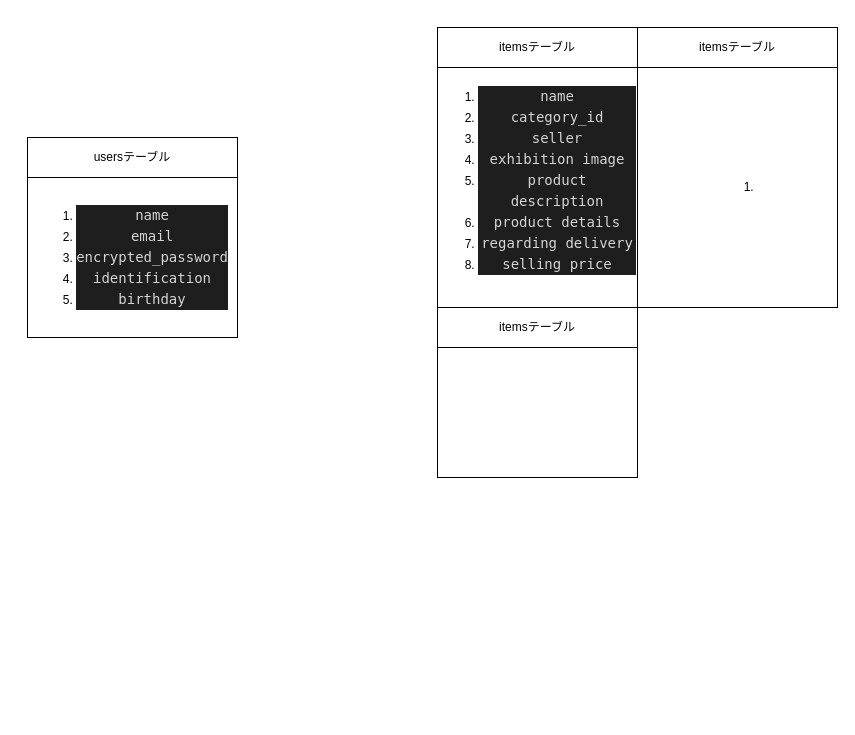
Above: test.dio in ma1sa007/furima-31981 (draw.io), before the change. Source tidied: cells renumbered, new cells numbered last; positions are measured from the earlier drawing's top-left corner, leaving out a move shared by most shapes. Both pictures are drawn from the tidied source at 100%, with x=0, y=0 at pixel (27, 27).
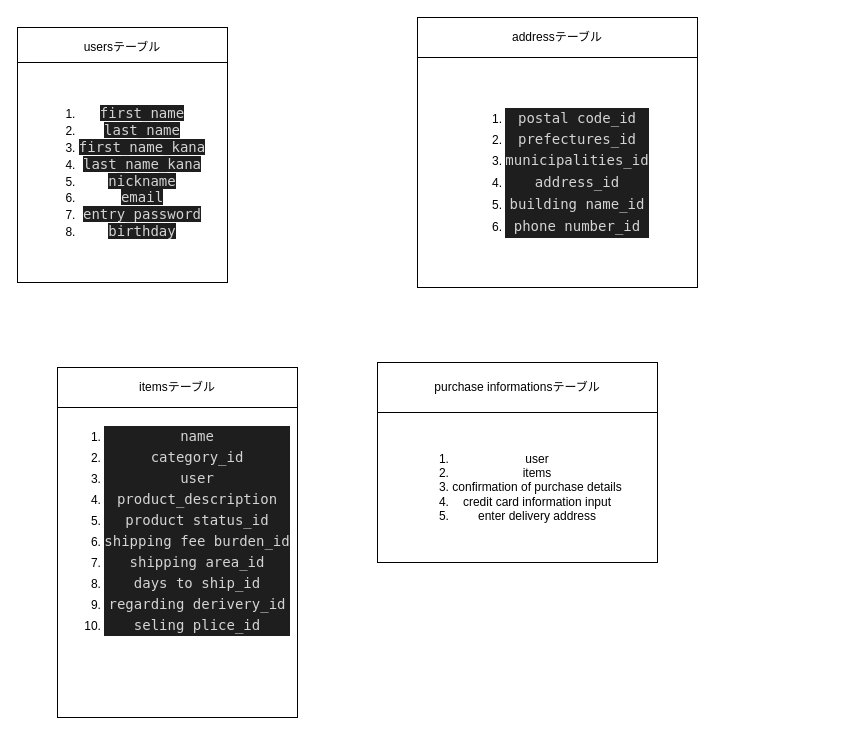
Above is the later version.

Diff of the diagram source:
```diff
@@
 <mxGraphModel>
   <root>
     <mxCell id="0" />
     <mxCell id="1" parent="0" />
+    <mxCell id="9" style="edgeStyle=orthogonalEdgeStyle;rounded=0;jettySize=auto;html=1;" parent="1" edge="1" source="2" target="3">
+      <mxGeometry relative="1" as="geometry" />
+    </mxCell>
     <mxCell id="2" value="usersテーブル" style="rounded=0;whiteSpace=wrap;html=1;sketch=0;" parent="1" vertex="1">
-      <mxGeometry y="110" width="210" height="40" as="geometry" />
+      <mxGeometry x="-10" width="210" height="40" as="geometry" />
     </mxCell>
-    <mxCell id="3" value="&lt;ol&gt;&lt;li&gt;&lt;div style=&quot;color: rgb(212 , 212 , 212) ; background-color: rgb(30 , 30 , 30) ; font-family: &amp;#34;ricty diminished&amp;#34; , &amp;#34;menlo&amp;#34; , &amp;#34;monaco&amp;#34; , &amp;#34;courier new&amp;#34; , monospace ; font-size: 14px ; line-height: 21px&quot;&gt;name&lt;/div&gt;&lt;/li&gt;&lt;li&gt;&lt;div style=&quot;color: rgb(212 , 212 , 212) ; background-color: rgb(30 , 30 , 30) ; font-family: &amp;#34;ricty diminished&amp;#34; , &amp;#34;menlo&amp;#34; , &amp;#34;monaco&amp;#34; , &amp;#34;courier new&amp;#34; , monospace ; font-size: 14px ; line-height: 21px&quot;&gt;email&lt;/div&gt;&lt;/li&gt;&lt;li&gt;&lt;div style=&quot;color: rgb(212 , 212 , 212) ; background-color: rgb(30 , 30 , 30) ; font-family: &amp;#34;ricty diminished&amp;#34; , &amp;#34;menlo&amp;#34; , &amp;#34;monaco&amp;#34; , &amp;#34;courier new&amp;#34; , monospace ; font-size: 14px ; line-height: 21px&quot;&gt;&lt;div style=&quot;line-height: 21px&quot;&gt;encrypted_password&lt;/div&gt;&lt;/div&gt;&lt;/li&gt;&lt;li&gt;&lt;div style=&quot;line-height: 21px&quot;&gt;&lt;div style=&quot;color: rgb(212 , 212 , 212) ; background-color: rgb(30 , 30 , 30) ; font-family: &amp;#34;ricty diminished&amp;#34; , &amp;#34;menlo&amp;#34; , &amp;#34;monaco&amp;#34; , &amp;#34;courier new&amp;#34; , monospace ; font-size: 14px ; line-height: 21px&quot;&gt;identification&lt;/div&gt;&lt;/div&gt;&lt;/li&gt;&lt;li&gt;&lt;div style=&quot;color: rgb(212 , 212 , 212) ; background-color: rgb(30 , 30 , 30) ; font-family: &amp;#34;ricty diminished&amp;#34; , &amp;#34;menlo&amp;#34; , &amp;#34;monaco&amp;#34; , &amp;#34;courier new&amp;#34; , monospace ; font-size: 14px ; line-height: 21px&quot;&gt;&lt;div style=&quot;line-height: 21px&quot;&gt;birthday &lt;/div&gt;&lt;/div&gt;&lt;/li&gt;&lt;/ol&gt;" style="rounded=0;whiteSpace=wrap;html=1;sketch=0;" parent="1" vertex="1">
-      <mxGeometry y="150" width="210" height="160" as="geometry" />
+    <mxCell id="3" value="&lt;ol&gt;&lt;li&gt;&lt;font color=&quot;#d4d4d4&quot; face=&quot;ricty diminished, menlo, monaco, courier new, monospace&quot;&gt;&lt;span style=&quot;font-size: 14px ; background-color: rgb(30 , 30 , 30)&quot;&gt;first_name&lt;/span&gt;&lt;/font&gt;&lt;/li&gt;&lt;li&gt;&lt;font color=&quot;#d4d4d4&quot; face=&quot;ricty diminished, menlo, monaco, courier new, monospace&quot;&gt;&lt;span style=&quot;font-size: 14px ; background-color: rgb(30 , 30 , 30)&quot;&gt;last_name&lt;/span&gt;&lt;/font&gt;&lt;/li&gt;&lt;li&gt;&lt;font color=&quot;#d4d4d4&quot; face=&quot;ricty diminished, menlo, monaco, courier new, monospace&quot;&gt;&lt;span style=&quot;font-size: 14px ; background-color: rgb(30 , 30 , 30)&quot;&gt;first_name_kana&lt;/span&gt;&lt;/font&gt;&lt;/li&gt;&lt;li&gt;&lt;font color=&quot;#d4d4d4&quot; face=&quot;ricty diminished, menlo, monaco, courier new, monospace&quot;&gt;&lt;span style=&quot;font-size: 14px ; background-color: rgb(30 , 30 , 30)&quot;&gt;last_name_kana&lt;/span&gt;&lt;/font&gt;&lt;/li&gt;&lt;li&gt;&lt;font color=&quot;#d4d4d4&quot; face=&quot;ricty diminished, menlo, monaco, courier new, monospace&quot;&gt;&lt;span style=&quot;font-size: 14px ; background-color: rgb(30 , 30 , 30)&quot;&gt;nickname&lt;/span&gt;&lt;/font&gt;&lt;/li&gt;&lt;li&gt;&lt;font color=&quot;#d4d4d4&quot; face=&quot;ricty diminished, menlo, monaco, courier new, monospace&quot;&gt;&lt;span style=&quot;font-size: 14px ; background-color: rgb(30 , 30 , 30)&quot;&gt;email&lt;/span&gt;&lt;/font&gt;&lt;/li&gt;&lt;li&gt;&lt;font color=&quot;#d4d4d4&quot; face=&quot;ricty diminished, menlo, monaco, courier new, monospace&quot;&gt;&lt;span style=&quot;font-size: 14px ; background-color: rgb(30 , 30 , 30)&quot;&gt;entry_password&lt;/span&gt;&lt;/font&gt;&lt;/li&gt;&lt;li&gt;&lt;font color=&quot;#d4d4d4&quot; face=&quot;ricty diminished, menlo, monaco, courier new, monospace&quot;&gt;&lt;span style=&quot;font-size: 14px ; background-color: rgb(30 , 30 , 30)&quot;&gt;birthday&lt;/span&gt;&lt;/font&gt;&lt;/li&gt;&lt;/ol&gt;" style="rounded=0;whiteSpace=wrap;html=1;sketch=0;" parent="1" vertex="1">
+      <mxGeometry x="-10" y="35" width="210" height="220" as="geometry" />
     </mxCell>
     <mxCell id="4" value="itemsテーブル" style="rounded=0;whiteSpace=wrap;html=1;sketch=0;" parent="1" vertex="1">
-      <mxGeometry x="410" width="200" height="40" as="geometry" />
+      <mxGeometry x="30" y="340" width="240" height="40" as="geometry" />
     </mxCell>
-    <mxCell id="5" value="&lt;ol&gt;&lt;li&gt;&lt;div style=&quot;color: rgb(212 , 212 , 212) ; background-color: rgb(30 , 30 , 30) ; font-family: &amp;#34;ricty diminished&amp;#34; , &amp;#34;menlo&amp;#34; , &amp;#34;monaco&amp;#34; , &amp;#34;courier new&amp;#34; , monospace ; font-size: 14px ; line-height: 21px&quot;&gt; name &lt;/div&gt;&lt;/li&gt;&lt;li&gt;&lt;div style=&quot;color: rgb(212 , 212 , 212) ; background-color: rgb(30 , 30 , 30) ; font-family: &amp;#34;ricty diminished&amp;#34; , &amp;#34;menlo&amp;#34; , &amp;#34;monaco&amp;#34; , &amp;#34;courier new&amp;#34; , monospace ; font-size: 14px ; line-height: 21px&quot;&gt;category_id &lt;/div&gt;&lt;/li&gt;&lt;li&gt;&lt;div style=&quot;color: rgb(212 , 212 , 212) ; background-color: rgb(30 , 30 , 30) ; font-family: &amp;#34;ricty diminished&amp;#34; , &amp;#34;menlo&amp;#34; , &amp;#34;monaco&amp;#34; , &amp;#34;courier new&amp;#34; , monospace ; font-size: 14px ; line-height: 21px&quot;&gt;&lt;div style=&quot;font-family: &amp;#34;ricty diminished&amp;#34; , &amp;#34;menlo&amp;#34; , &amp;#34;monaco&amp;#34; , &amp;#34;courier new&amp;#34; , monospace ; line-height: 21px&quot;&gt;seller&lt;/div&gt;&lt;/div&gt;&lt;/li&gt;&lt;li&gt;&lt;div style=&quot;font-family: &amp;#34;ricty diminished&amp;#34; , &amp;#34;menlo&amp;#34; , &amp;#34;monaco&amp;#34; , &amp;#34;courier new&amp;#34; , monospace ; line-height: 21px&quot;&gt;&lt;div style=&quot;color: rgb(212 , 212 , 212) ; background-color: rgb(30 , 30 , 30) ; font-size: 14px ; line-height: 21px&quot;&gt;exhibition image&lt;/div&gt;&lt;/div&gt;&lt;/li&gt;&lt;li&gt;&lt;div style=&quot;color: rgb(212 , 212 , 212) ; background-color: rgb(30 , 30 , 30) ; font-size: 14px ; line-height: 21px&quot;&gt;&lt;div style=&quot;font-family: &amp;#34;ricty diminished&amp;#34; , &amp;#34;menlo&amp;#34; , &amp;#34;monaco&amp;#34; , &amp;#34;courier new&amp;#34; , monospace ; line-height: 21px&quot;&gt;product description &lt;/div&gt;&lt;/div&gt;&lt;/li&gt;&lt;li&gt;&lt;div style=&quot;font-family: &amp;#34;ricty diminished&amp;#34; , &amp;#34;menlo&amp;#34; , &amp;#34;monaco&amp;#34; , &amp;#34;courier new&amp;#34; , monospace ; line-height: 21px&quot;&gt;&lt;div style=&quot;color: rgb(212 , 212 , 212) ; background-color: rgb(30 , 30 , 30) ; font-family: &amp;#34;ricty diminished&amp;#34; , &amp;#34;menlo&amp;#34; , &amp;#34;monaco&amp;#34; , &amp;#34;courier new&amp;#34; , monospace ; font-size: 14px ; line-height: 21px&quot;&gt;&lt;div style=&quot;line-height: 21px&quot;&gt;product details &lt;/div&gt;&lt;/div&gt;&lt;/div&gt;&lt;/li&gt;&lt;li&gt;&lt;div style=&quot;line-height: 21px&quot;&gt;&lt;div style=&quot;color: rgb(212 , 212 , 212) ; background-color: rgb(30 , 30 , 30) ; font-family: &amp;#34;ricty diminished&amp;#34; , &amp;#34;menlo&amp;#34; , &amp;#34;monaco&amp;#34; , &amp;#34;courier new&amp;#34; , monospace ; font-size: 14px ; line-height: 21px&quot;&gt;regarding delivery&lt;/div&gt;&lt;/div&gt;&lt;/li&gt;&lt;li&gt;&lt;div style=&quot;color: rgb(212 , 212 , 212) ; background-color: rgb(30 , 30 , 30) ; font-family: &amp;#34;ricty diminished&amp;#34; , &amp;#34;menlo&amp;#34; , &amp;#34;monaco&amp;#34; , &amp;#34;courier new&amp;#34; , monospace ; font-size: 14px ; line-height: 21px&quot;&gt;&lt;div style=&quot;line-height: 21px&quot;&gt;selling price &lt;/div&gt;&lt;/div&gt;&lt;/li&gt;&lt;/ol&gt;&lt;div&gt;&lt;br&gt;&lt;/div&gt;&lt;div&gt;&lt;br&gt;&lt;/div&gt;&lt;div&gt;&lt;br&gt;&lt;/div&gt;&lt;div&gt;&lt;br&gt;&lt;/div&gt;" style="rounded=0;whiteSpace=wrap;html=1;sketch=0;align=center;verticalAlign=top;" parent="1" vertex="1">
-      <mxGeometry x="410" y="40" width="200" height="410" as="geometry" />
+    <mxCell id="5" value="&lt;ol&gt;&lt;li&gt;&lt;div style=&quot;color: rgb(212 , 212 , 212) ; background-color: rgb(30 , 30 , 30) ; font-family: &amp;#34;ricty diminished&amp;#34; , &amp;#34;menlo&amp;#34; , &amp;#34;monaco&amp;#34; , &amp;#34;courier new&amp;#34; , monospace ; font-size: 14px ; line-height: 21px&quot;&gt;name&lt;/div&gt;&lt;/li&gt;&lt;li&gt;&lt;div style=&quot;color: rgb(212 , 212 , 212) ; background-color: rgb(30 , 30 , 30) ; font-family: &amp;#34;ricty diminished&amp;#34; , &amp;#34;menlo&amp;#34; , &amp;#34;monaco&amp;#34; , &amp;#34;courier new&amp;#34; , monospace ; font-size: 14px ; line-height: 21px&quot;&gt;category_id&lt;/div&gt;&lt;/li&gt;&lt;li&gt;&lt;div style=&quot;color: rgb(212 , 212 , 212) ; background-color: rgb(30 , 30 , 30) ; font-family: &amp;#34;ricty diminished&amp;#34; , &amp;#34;menlo&amp;#34; , &amp;#34;monaco&amp;#34; , &amp;#34;courier new&amp;#34; , monospace ; font-size: 14px ; line-height: 21px&quot;&gt;user&lt;/div&gt;&lt;/li&gt;&lt;li&gt;&lt;div style=&quot;color: rgb(212 , 212 , 212) ; background-color: rgb(30 , 30 , 30) ; font-family: &amp;#34;ricty diminished&amp;#34; , &amp;#34;menlo&amp;#34; , &amp;#34;monaco&amp;#34; , &amp;#34;courier new&amp;#34; , monospace ; font-size: 14px ; line-height: 21px&quot;&gt;product_description&lt;/div&gt;&lt;/li&gt;&lt;li&gt;&lt;div style=&quot;color: rgb(212 , 212 , 212) ; background-color: rgb(30 , 30 , 30) ; font-family: &amp;#34;ricty diminished&amp;#34; , &amp;#34;menlo&amp;#34; , &amp;#34;monaco&amp;#34; , &amp;#34;courier new&amp;#34; , monospace ; font-size: 14px ; line-height: 21px&quot;&gt;product status_id&lt;/div&gt;&lt;/li&gt;&lt;li&gt;&lt;div style=&quot;color: rgb(212 , 212 , 212) ; background-color: rgb(30 , 30 , 30) ; font-family: &amp;#34;ricty diminished&amp;#34; , &amp;#34;menlo&amp;#34; , &amp;#34;monaco&amp;#34; , &amp;#34;courier new&amp;#34; , monospace ; font-size: 14px ; line-height: 21px&quot;&gt;shipping fee burden_id&lt;/div&gt;&lt;/li&gt;&lt;li&gt;&lt;div style=&quot;color: rgb(212 , 212 , 212) ; background-color: rgb(30 , 30 , 30) ; font-family: &amp;#34;ricty diminished&amp;#34; , &amp;#34;menlo&amp;#34; , &amp;#34;monaco&amp;#34; , &amp;#34;courier new&amp;#34; , monospace ; font-size: 14px ; line-height: 21px&quot;&gt;shipping area_id&lt;/div&gt;&lt;/li&gt;&lt;li&gt;&lt;div style=&quot;color: rgb(212 , 212 , 212) ; background-color: rgb(30 , 30 , 30) ; font-family: &amp;#34;ricty diminished&amp;#34; , &amp;#34;menlo&amp;#34; , &amp;#34;monaco&amp;#34; , &amp;#34;courier new&amp;#34; , monospace ; font-size: 14px ; line-height: 21px&quot;&gt;days to ship_id&lt;/div&gt;&lt;/li&gt;&lt;li&gt;&lt;div style=&quot;color: rgb(212 , 212 , 212) ; background-color: rgb(30 , 30 , 30) ; font-family: &amp;#34;ricty diminished&amp;#34; , &amp;#34;menlo&amp;#34; , &amp;#34;monaco&amp;#34; , &amp;#34;courier new&amp;#34; , monospace ; font-size: 14px ; line-height: 21px&quot;&gt;regarding derivery_id&lt;/div&gt;&lt;/li&gt;&lt;li&gt;&lt;div style=&quot;color: rgb(212 , 212 , 212) ; background-color: rgb(30 , 30 , 30) ; font-family: &amp;#34;ricty diminished&amp;#34; , &amp;#34;menlo&amp;#34; , &amp;#34;monaco&amp;#34; , &amp;#34;courier new&amp;#34; , monospace ; font-size: 14px ; line-height: 21px&quot;&gt;seling plice_id&lt;/div&gt;&lt;/li&gt;&lt;/ol&gt;" style="rounded=0;whiteSpace=wrap;html=1;sketch=0;align=center;verticalAlign=top;" parent="1" vertex="1">
+      <mxGeometry x="30" y="380" width="240" height="310" as="geometry" />
     </mxCell>
-    <mxCell id="6" value="&lt;ol&gt;&lt;li&gt;&lt;br&gt;&lt;/li&gt;&lt;/ol&gt;" style="rounded=0;whiteSpace=wrap;html=1;sketch=0;align=center;labelPosition=center;verticalLabelPosition=middle;verticalAlign=middle;" parent="1" vertex="1">
-      <mxGeometry x="610" y="40" width="200" height="240" as="geometry" />
+    <mxCell id="6" value="&lt;ol&gt;&lt;li&gt;&lt;div style=&quot;color: rgb(212 , 212 , 212) ; background-color: rgb(30 , 30 , 30) ; font-family: &amp;#34;ricty diminished&amp;#34; , &amp;#34;menlo&amp;#34; , &amp;#34;monaco&amp;#34; , &amp;#34;courier new&amp;#34; , monospace ; font-size: 14px ; line-height: 21px&quot;&gt;postal code_id&lt;/div&gt;&lt;/li&gt;&lt;li&gt;&lt;div style=&quot;color: rgb(212 , 212 , 212) ; background-color: rgb(30 , 30 , 30) ; font-family: &amp;#34;ricty diminished&amp;#34; , &amp;#34;menlo&amp;#34; , &amp;#34;monaco&amp;#34; , &amp;#34;courier new&amp;#34; , monospace ; font-size: 14px ; line-height: 21px&quot;&gt;prefectures_id&lt;/div&gt;&lt;/li&gt;&lt;li&gt;&lt;div style=&quot;background-color: rgb(30 , 30 , 30) ; line-height: 21px&quot;&gt;&lt;font color=&quot;#d4d4d4&quot; face=&quot;ricty diminished, menlo, monaco, courier new, monospace&quot;&gt;&lt;span style=&quot;font-size: 14px&quot;&gt;municipalities_id&lt;/span&gt;&lt;/font&gt;&lt;br&gt;&lt;/div&gt;&lt;/li&gt;&lt;li&gt;&lt;div style=&quot;background-color: rgb(30 , 30 , 30) ; line-height: 21px&quot;&gt;&lt;font color=&quot;#d4d4d4&quot; face=&quot;ricty diminished, menlo, monaco, courier new, monospace&quot;&gt;&lt;span style=&quot;font-size: 14px&quot;&gt;address_id&lt;/span&gt;&lt;br&gt;&lt;/font&gt;&lt;/div&gt;&lt;/li&gt;&lt;li&gt;&lt;div style=&quot;background-color: rgb(30 , 30 , 30) ; line-height: 21px&quot;&gt;&lt;font color=&quot;#d4d4d4&quot; face=&quot;ricty diminished, menlo, monaco, courier new, monospace&quot;&gt;&lt;span style=&quot;font-size: 14px&quot;&gt;building name_id&lt;/span&gt;&lt;br&gt;&lt;/font&gt;&lt;/div&gt;&lt;/li&gt;&lt;li&gt;&lt;div style=&quot;background-color: rgb(30 , 30 , 30) ; line-height: 21px&quot;&gt;&lt;font color=&quot;#d4d4d4&quot; face=&quot;ricty diminished, menlo, monaco, courier new, monospace&quot;&gt;&lt;span style=&quot;font-size: 14px&quot;&gt;phone number_id&lt;/span&gt;&lt;br&gt;&lt;/font&gt;&lt;/div&gt;&lt;/li&gt;&lt;/ol&gt;" style="rounded=0;whiteSpace=wrap;html=1;sketch=0;align=center;labelPosition=center;verticalLabelPosition=middle;verticalAlign=middle;" parent="1" vertex="1">
+      <mxGeometry x="390" y="30" width="280" height="230" as="geometry" />
     </mxCell>
-    <mxCell id="7" value="itemsテーブル" style="whiteSpace=wrap;html=1;rounded=0;sketch=0;align=center;" parent="1" vertex="1">
-      <mxGeometry x="610" width="200" height="40" as="geometry" />
+    <mxCell id="7" value="addressテーブル" style="whiteSpace=wrap;html=1;rounded=0;sketch=0;align=center;" parent="1" vertex="1">
+      <mxGeometry x="390" y="-10" width="280" height="40" as="geometry" />
     </mxCell>
-    <mxCell id="8" value="itemsテーブル" style="rounded=0;whiteSpace=wrap;html=1;sketch=0;align=center;" parent="1" vertex="1">
-      <mxGeometry x="410" y="280" width="200" height="40" as="geometry" />
-    </mxCell>
+    <mxCell id="10" value="purchase informationsテーブル" style="whiteSpace=wrap;html=1;" parent="1" vertex="1">
+      <mxGeometry x="350" y="335" width="280" height="50" as="geometry" />
+    </mxCell>
+    <mxCell id="11" value="&lt;ol&gt;&lt;li&gt;user&lt;/li&gt;&lt;li&gt;items&lt;/li&gt;&lt;li&gt;confirmation of purchase details&lt;br&gt;&lt;/li&gt;&lt;li&gt;credit card information input&lt;br&gt;&lt;/li&gt;&lt;li&gt;enter delivery address&lt;br&gt;&lt;/li&gt;&lt;/ol&gt;" style="whiteSpace=wrap;html=1;" parent="1" vertex="1">
+      <mxGeometry x="350" y="385" width="280" height="150" as="geometry" />
+    </mxCell>
   </root>
 </mxGraphModel>
```
